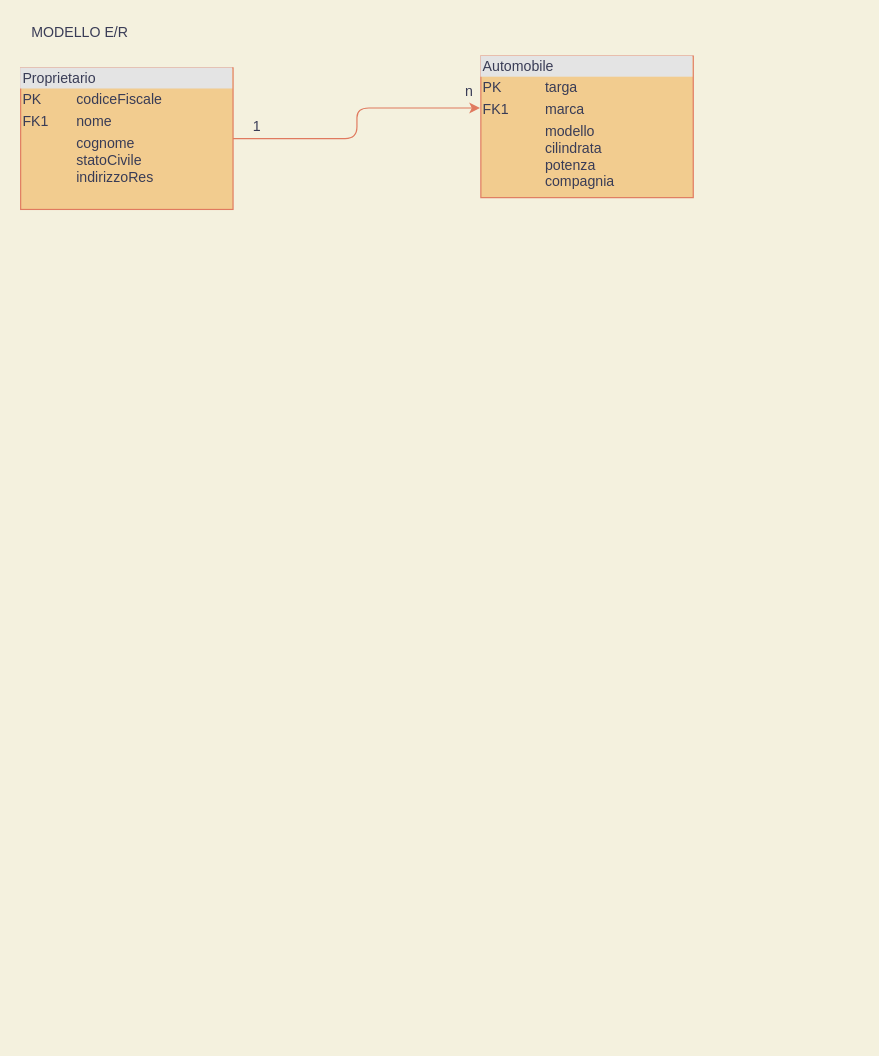
This is Untitled Diagram.drawio from robertamora/Informatica, a draw.io file, before an edit. Source tidied: cells renumbered, new cells numbered last; positions are measured from the earlier drawing's top-left corner, leaving out a move shared by most shapes. Both pictures are drawn from the tidied source at 118%, with x=0, y=0 at pixel (20, 20).
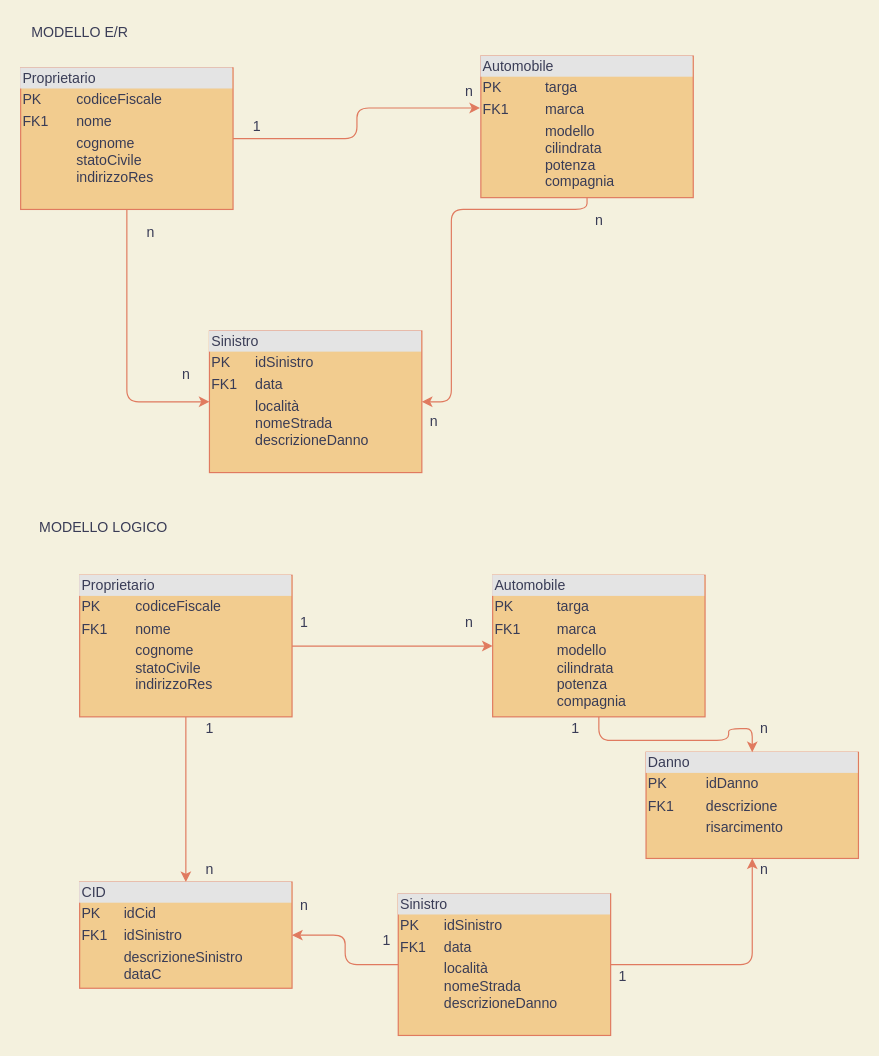
After the change.

Unchanged cells that the change refers to:
```xml
<mxCell id="4" value="&lt;div style=&quot;box-sizing: border-box ; width: 100% ; background: #e4e4e4 ; padding: 2px&quot;&gt;Proprietario&lt;/div&gt;&lt;table style=&quot;width: 100% ; font-size: 1em&quot; cellpadding=&quot;2&quot; cellspacing=&quot;0&quot;&gt;&lt;tbody&gt;&lt;tr&gt;&lt;td&gt;PK&lt;/td&gt;&lt;td&gt;codiceFiscale&lt;/td&gt;&lt;/tr&gt;&lt;tr&gt;&lt;td&gt;FK1&lt;/td&gt;&lt;td&gt;nome&lt;/td&gt;&lt;/tr&gt;&lt;tr&gt;&lt;td&gt;&lt;/td&gt;&lt;td&gt;cognome &lt;br&gt;statoCivile&lt;br&gt;indirizzoRes&lt;br&gt;&lt;br&gt;&lt;/td&gt;&lt;/tr&gt;&lt;/tbody&gt;&lt;/table&gt;" style="verticalAlign=top;align=left;overflow=fill;html=1;fillColor=#F2CC8F;strokeColor=#E07A5F;fontColor=#393C56;" parent="1" vertex="1">
  <mxGeometry y="40" width="180" height="120" as="geometry" />
</mxCell>
<mxCell id="5" value="&lt;div style=&quot;box-sizing: border-box ; width: 100% ; background: #e4e4e4 ; padding: 2px&quot;&gt;Automobile&lt;/div&gt;&lt;table style=&quot;width: 100% ; font-size: 1em&quot; cellpadding=&quot;2&quot; cellspacing=&quot;0&quot;&gt;&lt;tbody&gt;&lt;tr&gt;&lt;td&gt;PK&lt;/td&gt;&lt;td&gt;targa&lt;/td&gt;&lt;/tr&gt;&lt;tr&gt;&lt;td&gt;FK1&lt;/td&gt;&lt;td&gt;marca&lt;/td&gt;&lt;/tr&gt;&lt;tr&gt;&lt;td&gt;&lt;/td&gt;&lt;td&gt;modello&lt;br&gt;cilindrata&lt;br&gt;potenza&lt;br&gt;compagnia&lt;/td&gt;&lt;/tr&gt;&lt;/tbody&gt;&lt;/table&gt;" style="verticalAlign=top;align=left;overflow=fill;html=1;rounded=0;sketch=0;strokeColor=#E07A5F;fillColor=#F2CC8F;fontColor=#393C56;" parent="1" vertex="1">
  <mxGeometry x="390" y="30" width="180" height="120" as="geometry" />
</mxCell>
```

What changed in the source:
```diff
@@
+    <mxCell id="8" style="edgeStyle=orthogonalEdgeStyle;curved=0;rounded=1;sketch=0;jettySize=auto;html=1;strokeColor=#E07A5F;fillColor=#F2CC8F;fontColor=#393C56;entryX=0;entryY=0.5;entryDx=0;entryDy=0;" parent="1" edge="1" source="4" target="10">
+      <mxGeometry relative="1" as="geometry" />
+    </mxCell>
@@
+    <mxCell id="9" style="edgeStyle=orthogonalEdgeStyle;curved=0;rounded=1;sketch=0;jettySize=auto;html=1;entryX=1;entryY=0.5;entryDx=0;entryDy=0;strokeColor=#E07A5F;fillColor=#F2CC8F;fontColor=#393C56;" parent="1" edge="1" source="5" target="10">
+      <mxGeometry relative="1" as="geometry">
+        <Array as="points">
+          <mxPoint x="480" y="160" />
+          <mxPoint x="365" y="160" />
+          <mxPoint x="365" y="323" />
+        </Array>
+      </mxGeometry>
+    </mxCell>
@@
+    <mxCell id="10" value="&lt;div style=&quot;box-sizing: border-box ; width: 100% ; background: #e4e4e4 ; padding: 2px&quot;&gt;Sinistro&lt;/div&gt;&lt;table style=&quot;width: 100% ; font-size: 1em&quot; cellpadding=&quot;2&quot; cellspacing=&quot;0&quot;&gt;&lt;tbody&gt;&lt;tr&gt;&lt;td&gt;PK&lt;/td&gt;&lt;td&gt;idSinistro&lt;/td&gt;&lt;/tr&gt;&lt;tr&gt;&lt;td&gt;FK1&lt;/td&gt;&lt;td&gt;data&lt;/td&gt;&lt;/tr&gt;&lt;tr&gt;&lt;td&gt;&lt;/td&gt;&lt;td&gt;località&lt;br&gt;nomeStrada&lt;br&gt;descrizioneDanno&lt;br&gt;&lt;br&gt;&lt;/td&gt;&lt;/tr&gt;&lt;/tbody&gt;&lt;/table&gt;" style="verticalAlign=top;align=left;overflow=fill;html=1;rounded=0;sketch=0;strokeColor=#E07A5F;fillColor=#F2CC8F;fontColor=#393C56;" parent="1" vertex="1">
+      <mxGeometry x="160" y="263" width="180" height="120" as="geometry" />
+    </mxCell>
+    <mxCell id="11" value="n" style="text;html=1;align=center;verticalAlign=middle;fontColor=#393C56;" parent="1" vertex="1">
+      <mxGeometry x="100" y="170" width="20" height="20" as="geometry" />
+    </mxCell>
+    <mxCell id="12" value="n" style="text;html=1;align=center;verticalAlign=middle;fontColor=#393C56;" parent="1" vertex="1">
+      <mxGeometry x="130" y="290" width="20" height="20" as="geometry" />
+    </mxCell>
+    <mxCell id="13" value="n" style="text;html=1;align=center;verticalAlign=middle;fontColor=#393C56;" parent="1" vertex="1">
+      <mxGeometry x="480" y="160" width="20" height="20" as="geometry" />
+    </mxCell>
+    <mxCell id="14" value="n" style="text;html=1;align=center;verticalAlign=middle;fontColor=#393C56;" parent="1" vertex="1">
+      <mxGeometry x="340" y="330" width="20" height="20" as="geometry" />
+    </mxCell>
+    <mxCell id="15" value="MODELLO LOGICO" style="text;html=1;align=center;verticalAlign=middle;fontColor=#393C56;" parent="1" vertex="1">
+      <mxGeometry x="10" y="420" width="120" height="20" as="geometry" />
+    </mxCell>
+    <mxCell id="16" style="edgeStyle=orthogonalEdgeStyle;curved=0;rounded=1;sketch=0;jettySize=auto;html=1;entryX=0.5;entryY=0;entryDx=0;entryDy=0;strokeColor=#E07A5F;fillColor=#F2CC8F;fontColor=#393C56;" parent="1" edge="1" source="18" target="19">
+      <mxGeometry relative="1" as="geometry" />
+    </mxCell>
+    <mxCell id="17" style="edgeStyle=orthogonalEdgeStyle;curved=0;rounded=1;sketch=0;jettySize=auto;html=1;entryX=0;entryY=0.5;entryDx=0;entryDy=0;strokeColor=#E07A5F;fillColor=#F2CC8F;fontColor=#393C56;" parent="1" edge="1" source="18" target="25">
+      <mxGeometry relative="1" as="geometry" />
+    </mxCell>
+    <mxCell id="18" value="&lt;div style=&quot;box-sizing: border-box ; width: 100% ; background: #e4e4e4 ; padding: 2px&quot;&gt;Proprietario&lt;/div&gt;&lt;table style=&quot;width: 100% ; font-size: 1em&quot; cellpadding=&quot;2&quot; cellspacing=&quot;0&quot;&gt;&lt;tbody&gt;&lt;tr&gt;&lt;td&gt;PK&lt;/td&gt;&lt;td&gt;codiceFiscale&lt;/td&gt;&lt;/tr&gt;&lt;tr&gt;&lt;td&gt;FK1&lt;/td&gt;&lt;td&gt;nome&lt;/td&gt;&lt;/tr&gt;&lt;tr&gt;&lt;td&gt;&lt;/td&gt;&lt;td&gt;cognome &lt;br&gt;statoCivile&lt;br&gt;indirizzoRes&lt;br&gt;&lt;br&gt;&lt;/td&gt;&lt;/tr&gt;&lt;/tbody&gt;&lt;/table&gt;" style="verticalAlign=top;align=left;overflow=fill;html=1;fillColor=#F2CC8F;strokeColor=#E07A5F;fontColor=#393C56;" parent="1" vertex="1">
+      <mxGeometry x="50" y="470" width="180" height="120" as="geometry" />
+    </mxCell>
+    <mxCell id="19" value="&lt;div style=&quot;box-sizing: border-box ; width: 100% ; background: #e4e4e4 ; padding: 2px&quot;&gt;CID&lt;/div&gt;&lt;table style=&quot;width: 100% ; font-size: 1em&quot; cellpadding=&quot;2&quot; cellspacing=&quot;0&quot;&gt;&lt;tbody&gt;&lt;tr&gt;&lt;td&gt;PK&lt;/td&gt;&lt;td&gt;idCid&lt;/td&gt;&lt;/tr&gt;&lt;tr&gt;&lt;td&gt;FK1&lt;/td&gt;&lt;td&gt;idSinistro&lt;/td&gt;&lt;/tr&gt;&lt;tr&gt;&lt;td&gt;&lt;/td&gt;&lt;td&gt;descrizioneSinistro&lt;br&gt;dataC&lt;/td&gt;&lt;/tr&gt;&lt;/tbody&gt;&lt;/table&gt;" style="verticalAlign=top;align=left;overflow=fill;html=1;rounded=0;sketch=0;strokeColor=#E07A5F;fillColor=#F2CC8F;fontColor=#393C56;" parent="1" vertex="1">
+      <mxGeometry x="50" y="730" width="180" height="90" as="geometry" />
+    </mxCell>
+    <mxCell id="20" style="edgeStyle=orthogonalEdgeStyle;curved=0;rounded=1;sketch=0;jettySize=auto;html=1;exitX=0;exitY=0.5;exitDx=0;exitDy=0;entryX=1;entryY=0.5;entryDx=0;entryDy=0;strokeColor=#E07A5F;fillColor=#F2CC8F;fontColor=#393C56;" parent="1" edge="1" source="22" target="19">
+      <mxGeometry relative="1" as="geometry" />
+    </mxCell>
+    <mxCell id="21" style="edgeStyle=orthogonalEdgeStyle;curved=0;rounded=1;sketch=0;jettySize=auto;html=1;entryX=0.5;entryY=1;entryDx=0;entryDy=0;strokeColor=#E07A5F;fillColor=#F2CC8F;fontColor=#393C56;" parent="1" edge="1" source="22" target="23">
+      <mxGeometry relative="1" as="geometry" />
+    </mxCell>
+    <mxCell id="22" value="&lt;div style=&quot;box-sizing: border-box ; width: 100% ; background: #e4e4e4 ; padding: 2px&quot;&gt;Sinistro&lt;/div&gt;&lt;table style=&quot;width: 100% ; font-size: 1em&quot; cellpadding=&quot;2&quot; cellspacing=&quot;0&quot;&gt;&lt;tbody&gt;&lt;tr&gt;&lt;td&gt;PK&lt;/td&gt;&lt;td&gt;idSinistro&lt;/td&gt;&lt;/tr&gt;&lt;tr&gt;&lt;td&gt;FK1&lt;/td&gt;&lt;td&gt;data&lt;/td&gt;&lt;/tr&gt;&lt;tr&gt;&lt;td&gt;&lt;/td&gt;&lt;td&gt;località&lt;br&gt;nomeStrada&lt;br&gt;descrizioneDanno&lt;br&gt;&lt;br&gt;&lt;/td&gt;&lt;/tr&gt;&lt;/tbody&gt;&lt;/table&gt;" style="verticalAlign=top;align=left;overflow=fill;html=1;rounded=0;sketch=0;strokeColor=#E07A5F;fillColor=#F2CC8F;fontColor=#393C56;" parent="1" vertex="1">
+      <mxGeometry x="320" y="740" width="180" height="120" as="geometry" />
+    </mxCell>
+    <mxCell id="23" value="&lt;div style=&quot;box-sizing: border-box ; width: 100% ; background: #e4e4e4 ; padding: 2px&quot;&gt;Danno&lt;/div&gt;&lt;table style=&quot;width: 100% ; font-size: 1em&quot; cellpadding=&quot;2&quot; cellspacing=&quot;0&quot;&gt;&lt;tbody&gt;&lt;tr&gt;&lt;td&gt;PK&lt;/td&gt;&lt;td&gt;idDanno&lt;/td&gt;&lt;/tr&gt;&lt;tr&gt;&lt;td&gt;FK1&lt;/td&gt;&lt;td&gt;descrizione&lt;/td&gt;&lt;/tr&gt;&lt;tr&gt;&lt;td&gt;&lt;/td&gt;&lt;td&gt;risarcimento&lt;/td&gt;&lt;/tr&gt;&lt;/tbody&gt;&lt;/table&gt;" style="verticalAlign=top;align=left;overflow=fill;html=1;rounded=0;sketch=0;strokeColor=#E07A5F;fillColor=#F2CC8F;fontColor=#393C56;" parent="1" vertex="1">
+      <mxGeometry x="530" y="620" width="180" height="90" as="geometry" />
+    </mxCell>
+    <mxCell id="24" style="edgeStyle=orthogonalEdgeStyle;curved=0;rounded=1;sketch=0;jettySize=auto;html=1;entryX=0.5;entryY=0;entryDx=0;entryDy=0;strokeColor=#E07A5F;fillColor=#F2CC8F;fontColor=#393C56;" parent="1" edge="1" source="25" target="23">
+      <mxGeometry relative="1" as="geometry" />
+    </mxCell>
+    <mxCell id="25" value="&lt;div style=&quot;box-sizing: border-box ; width: 100% ; background: #e4e4e4 ; padding: 2px&quot;&gt;Automobile&lt;/div&gt;&lt;table style=&quot;width: 100% ; font-size: 1em&quot; cellpadding=&quot;2&quot; cellspacing=&quot;0&quot;&gt;&lt;tbody&gt;&lt;tr&gt;&lt;td&gt;PK&lt;/td&gt;&lt;td&gt;targa&lt;/td&gt;&lt;/tr&gt;&lt;tr&gt;&lt;td&gt;FK1&lt;/td&gt;&lt;td&gt;marca&lt;/td&gt;&lt;/tr&gt;&lt;tr&gt;&lt;td&gt;&lt;/td&gt;&lt;td&gt;modello&lt;br&gt;cilindrata&lt;br&gt;potenza&lt;br&gt;compagnia&lt;/td&gt;&lt;/tr&gt;&lt;/tbody&gt;&lt;/table&gt;" style="verticalAlign=top;align=left;overflow=fill;html=1;rounded=0;sketch=0;strokeColor=#E07A5F;fillColor=#F2CC8F;fontColor=#393C56;" parent="1" vertex="1">
+      <mxGeometry x="400" y="470" width="180" height="120" as="geometry" />
+    </mxCell>
+    <mxCell id="26" value="1" style="text;html=1;align=center;verticalAlign=middle;fontColor=#393C56;" parent="1" vertex="1">
+      <mxGeometry x="150" y="590" width="20" height="20" as="geometry" />
+    </mxCell>
+    <mxCell id="27" value="n" style="text;html=1;align=center;verticalAlign=middle;fontColor=#393C56;" parent="1" vertex="1">
+      <mxGeometry x="150" y="710" width="20" height="20" as="geometry" />
+    </mxCell>
+    <mxCell id="28" value="1" style="text;html=1;align=center;verticalAlign=middle;fontColor=#393C56;" parent="1" vertex="1">
+      <mxGeometry x="300" y="770" width="20" height="20" as="geometry" />
+    </mxCell>
+    <mxCell id="29" value="n" style="text;html=1;align=center;verticalAlign=middle;fontColor=#393C56;" parent="1" vertex="1">
+      <mxGeometry x="230" y="740" width="20" height="20" as="geometry" />
+    </mxCell>
+    <mxCell id="30" value="1" style="text;html=1;align=center;verticalAlign=middle;fontColor=#393C56;" parent="1" vertex="1">
+      <mxGeometry x="500" y="800" width="20" height="20" as="geometry" />
+    </mxCell>
+    <mxCell id="31" value="n" style="text;html=1;align=center;verticalAlign=middle;fontColor=#393C56;" parent="1" vertex="1">
+      <mxGeometry x="620" y="710" width="20" height="20" as="geometry" />
+    </mxCell>
+    <mxCell id="32" value="1" style="text;html=1;align=center;verticalAlign=middle;fontColor=#393C56;" parent="1" vertex="1">
+      <mxGeometry x="460" y="590" width="20" height="20" as="geometry" />
+    </mxCell>
+    <mxCell id="33" value="n" style="text;html=1;align=center;verticalAlign=middle;fontColor=#393C56;" parent="1" vertex="1">
+      <mxGeometry x="620" y="590" width="20" height="20" as="geometry" />
+    </mxCell>
+    <mxCell id="34" value="1" style="text;html=1;align=center;verticalAlign=middle;fontColor=#393C56;" parent="1" vertex="1">
+      <mxGeometry x="230" y="500" width="20" height="20" as="geometry" />
+    </mxCell>
+    <mxCell id="35" value="n" style="text;html=1;align=center;verticalAlign=middle;fontColor=#393C56;" parent="1" vertex="1">
+      <mxGeometry x="370" y="500" width="20" height="20" as="geometry" />
+    </mxCell>
```
